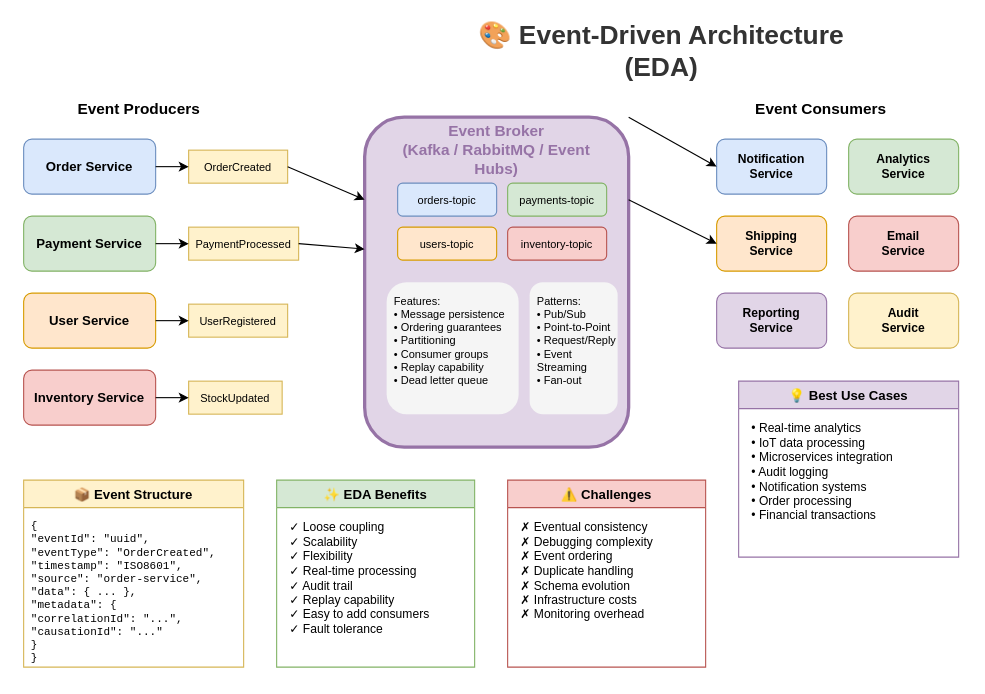
MrParkerZ7/document-lesson-software-architect-x-claude keeps this draw.io diagram as lesson-01-software-design-architecture/02-architecture-styles/2.5-event-driven-architecture.drawio. Above is the earlier version. Source tidied: cells renumbered, new cells numbered last; positions are measured from the earlier drawing's top-left corner, leaving out a move shared by most shapes. Both pictures are drawn from the tidied source at 110%, with x=0, y=0 at pixel (23, 29).
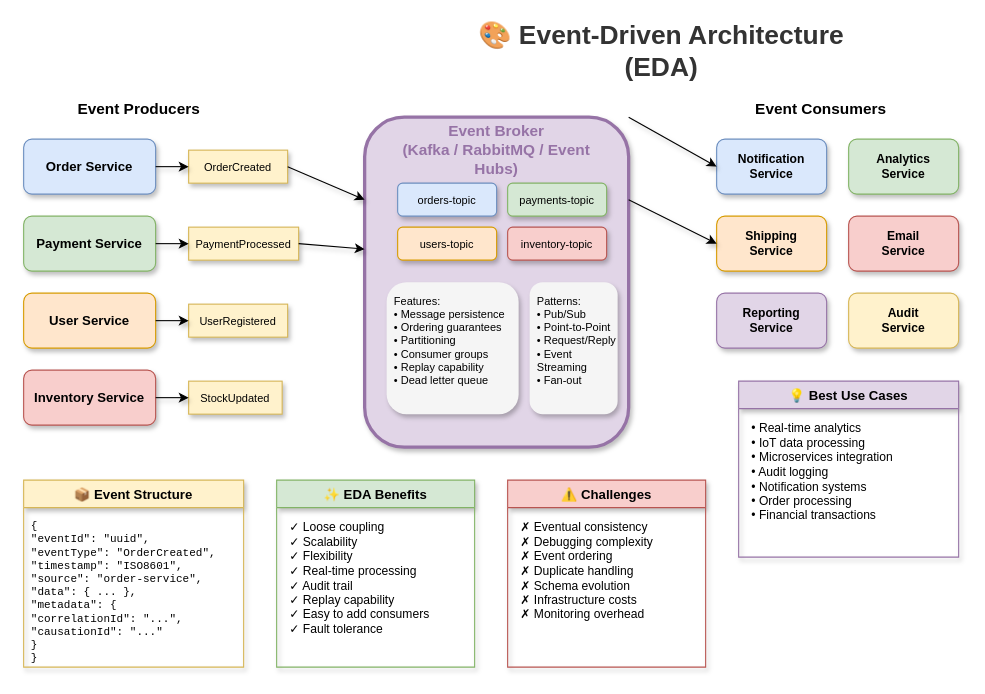
The same diagram, later.

Diff of the diagram source:
```diff
@@
-    <mxCell id="4" value="Order Service" style="rounded=1;whiteSpace=wrap;html=1;fillColor=#dae8fc;strokeColor=#6c8ebf;fontSize=12;fontStyle=1;" parent="1" vertex="1">
+    <mxCell id="4" value="Order Service" style="rounded=1;whiteSpace=wrap;html=1;fillColor=#dae8fc;strokeColor=#6c8ebf;fontSize=12;fontStyle=1;shadow=1;" parent="1" vertex="1">
       <mxGeometry y="100" width="120" height="50" as="geometry" />
     </mxCell>
-    <mxCell id="5" value="Payment Service" style="rounded=1;whiteSpace=wrap;html=1;fillColor=#d5e8d4;strokeColor=#82b366;fontSize=12;fontStyle=1;" parent="1" vertex="1">
+    <mxCell id="5" value="Payment Service" style="rounded=1;whiteSpace=wrap;html=1;fillColor=#d5e8d4;strokeColor=#82b366;fontSize=12;fontStyle=1;shadow=1;" parent="1" vertex="1">
       <mxGeometry y="170" width="120" height="50" as="geometry" />
     </mxCell>
-    <mxCell id="6" value="User Service" style="rounded=1;whiteSpace=wrap;html=1;fillColor=#ffe6cc;strokeColor=#d79b00;fontSize=12;fontStyle=1;" parent="1" vertex="1">
+    <mxCell id="6" value="User Service" style="rounded=1;whiteSpace=wrap;html=1;fillColor=#ffe6cc;strokeColor=#d79b00;fontSize=12;fontStyle=1;shadow=1;" parent="1" vertex="1">
       <mxGeometry y="240" width="120" height="50" as="geometry" />
     </mxCell>
-    <mxCell id="7" value="Inventory Service" style="rounded=1;whiteSpace=wrap;html=1;fillColor=#f8cecc;strokeColor=#b85450;fontSize=12;fontStyle=1;" parent="1" vertex="1">
+    <mxCell id="7" value="Inventory Service" style="rounded=1;whiteSpace=wrap;html=1;fillColor=#f8cecc;strokeColor=#b85450;fontSize=12;fontStyle=1;shadow=1;" parent="1" vertex="1">
       <mxGeometry y="310" width="120" height="50" as="geometry" />
     </mxCell>
-    <mxCell id="8" value="OrderCreated" style="rounded=0;whiteSpace=wrap;html=1;fillColor=#fff2cc;strokeColor=#d6b656;fontSize=10;" parent="1" vertex="1">
+    <mxCell id="8" value="OrderCreated" style="rounded=0;whiteSpace=wrap;html=1;fillColor=#fff2cc;strokeColor=#d6b656;fontSize=10;shadow=1;" parent="1" vertex="1">
       <mxGeometry x="150" y="110" width="90" height="30" as="geometry" />
     </mxCell>
-    <mxCell id="9" value="PaymentProcessed" style="rounded=0;whiteSpace=wrap;html=1;fillColor=#fff2cc;strokeColor=#d6b656;fontSize=10;" parent="1" vertex="1">
+    <mxCell id="9" value="PaymentProcessed" style="rounded=0;whiteSpace=wrap;html=1;fillColor=#fff2cc;strokeColor=#d6b656;fontSize=10;shadow=1;" parent="1" vertex="1">
       <mxGeometry x="150" y="180" width="100" height="30" as="geometry" />
     </mxCell>
-    <mxCell id="10" value="UserRegistered" style="rounded=0;whiteSpace=wrap;html=1;fillColor=#fff2cc;strokeColor=#d6b656;fontSize=10;" parent="1" vertex="1">
+    <mxCell id="10" value="UserRegistered" style="rounded=0;whiteSpace=wrap;html=1;fillColor=#fff2cc;strokeColor=#d6b656;fontSize=10;shadow=1;" parent="1" vertex="1">
       <mxGeometry x="150" y="250" width="90" height="30" as="geometry" />
     </mxCell>
-    <mxCell id="11" value="StockUpdated" style="rounded=0;whiteSpace=wrap;html=1;fillColor=#fff2cc;strokeColor=#d6b656;fontSize=10;" parent="1" vertex="1">
+    <mxCell id="11" value="StockUpdated" style="rounded=0;whiteSpace=wrap;html=1;fillColor=#fff2cc;strokeColor=#d6b656;fontSize=10;shadow=1;" parent="1" vertex="1">
       <mxGeometry x="150" y="320" width="85" height="30" as="geometry" />
     </mxCell>
-    <mxCell id="12" style="rounded=1;whiteSpace=wrap;html=1;fillColor=#e1d5e7;strokeColor=#9673a6;strokeWidth=3;" parent="1" vertex="1">
+    <mxCell id="12" style="rounded=1;whiteSpace=wrap;html=1;fillColor=#e1d5e7;strokeColor=#9673a6;strokeWidth=3;shadow=1;" parent="1" vertex="1">
       <mxGeometry x="310" y="80" width="240" height="300" as="geometry" />
     </mxCell>
@@
-    <mxCell id="14" value="orders-topic" style="rounded=1;whiteSpace=wrap;html=1;fillColor=#dae8fc;strokeColor=#6c8ebf;fontSize=10;" parent="1" vertex="1">
+    <mxCell id="14" value="orders-topic" style="rounded=1;whiteSpace=wrap;html=1;fillColor=#dae8fc;strokeColor=#6c8ebf;fontSize=10;shadow=1;" parent="1" vertex="1">
       <mxGeometry x="340" y="140" width="90" height="30" as="geometry" />
     </mxCell>
-    <mxCell id="15" value="payments-topic" style="rounded=1;whiteSpace=wrap;html=1;fillColor=#d5e8d4;strokeColor=#82b366;fontSize=10;" parent="1" vertex="1">
+    <mxCell id="15" value="payments-topic" style="rounded=1;whiteSpace=wrap;html=1;fillColor=#d5e8d4;strokeColor=#82b366;fontSize=10;shadow=1;" parent="1" vertex="1">
       <mxGeometry x="440" y="140" width="90" height="30" as="geometry" />
     </mxCell>
-    <mxCell id="16" value="users-topic" style="rounded=1;whiteSpace=wrap;html=1;fillColor=#ffe6cc;strokeColor=#d79b00;fontSize=10;" parent="1" vertex="1">
+    <mxCell id="16" value="users-topic" style="rounded=1;whiteSpace=wrap;html=1;fillColor=#ffe6cc;strokeColor=#d79b00;fontSize=10;shadow=1;" parent="1" vertex="1">
       <mxGeometry x="340" y="180" width="90" height="30" as="geometry" />
     </mxCell>
-    <mxCell id="17" value="inventory-topic" style="rounded=1;whiteSpace=wrap;html=1;fillColor=#f8cecc;strokeColor=#b85450;fontSize=10;" parent="1" vertex="1">
+    <mxCell id="17" value="inventory-topic" style="rounded=1;whiteSpace=wrap;html=1;fillColor=#f8cecc;strokeColor=#b85450;fontSize=10;shadow=1;" parent="1" vertex="1">
       <mxGeometry x="440" y="180" width="90" height="30" as="geometry" />
     </mxCell>
-    <mxCell id="18" value="Features:&#10;• Message persistence&#10;• Ordering guarantees&#10;• Partitioning&#10;• Consumer groups&#10;• Replay capability&#10;• Dead letter queue" style="text;html=1;strokeColor=none;fillColor=#f5f5f5;align=left;verticalAlign=top;whiteSpace=wrap;rounded=1;fontSize=10;spacingLeft=5;spacingTop=5;" parent="1" vertex="1">
+    <mxCell id="18" value="Features:&#10;• Message persistence&#10;• Ordering guarantees&#10;• Partitioning&#10;• Consumer groups&#10;• Replay capability&#10;• Dead letter queue" style="text;html=1;strokeColor=none;fillColor=#f5f5f5;align=left;verticalAlign=top;whiteSpace=wrap;rounded=1;fontSize=10;spacingLeft=5;spacingTop=5;shadow=1;" parent="1" vertex="1">
       <mxGeometry x="330" y="230" width="120" height="120" as="geometry" />
     </mxCell>
-    <mxCell id="19" value="Patterns:&#10;• Pub/Sub&#10;• Point-to-Point&#10;• Request/Reply&#10;• Event Streaming&#10;• Fan-out" style="text;html=1;strokeColor=none;fillColor=#f5f5f5;align=left;verticalAlign=top;whiteSpace=wrap;rounded=1;fontSize=10;spacingLeft=5;spacingTop=5;" parent="1" vertex="1">
+    <mxCell id="19" value="Patterns:&#10;• Pub/Sub&#10;• Point-to-Point&#10;• Request/Reply&#10;• Event Streaming&#10;• Fan-out" style="text;html=1;strokeColor=none;fillColor=#f5f5f5;align=left;verticalAlign=top;whiteSpace=wrap;rounded=1;fontSize=10;spacingLeft=5;spacingTop=5;shadow=1;" parent="1" vertex="1">
       <mxGeometry x="460" y="230" width="80" height="120" as="geometry" />
     </mxCell>
@@
-    <mxCell id="21" value="Notification&#10;Service" style="rounded=1;whiteSpace=wrap;html=1;fillColor=#dae8fc;strokeColor=#6c8ebf;fontSize=11;fontStyle=1;" parent="1" vertex="1">
+    <mxCell id="21" value="Notification&#10;Service" style="rounded=1;whiteSpace=wrap;html=1;fillColor=#dae8fc;strokeColor=#6c8ebf;fontSize=11;fontStyle=1;shadow=1;" parent="1" vertex="1">
       <mxGeometry x="630" y="100" width="100" height="50" as="geometry" />
     </mxCell>
-    <mxCell id="22" value="Analytics&#10;Service" style="rounded=1;whiteSpace=wrap;html=1;fillColor=#d5e8d4;strokeColor=#82b366;fontSize=11;fontStyle=1;" parent="1" vertex="1">
+    <mxCell id="22" value="Analytics&#10;Service" style="rounded=1;whiteSpace=wrap;html=1;fillColor=#d5e8d4;strokeColor=#82b366;fontSize=11;fontStyle=1;shadow=1;" parent="1" vertex="1">
       <mxGeometry x="750" y="100" width="100" height="50" as="geometry" />
     </mxCell>
-    <mxCell id="23" value="Shipping&#10;Service" style="rounded=1;whiteSpace=wrap;html=1;fillColor=#ffe6cc;strokeColor=#d79b00;fontSize=11;fontStyle=1;" parent="1" vertex="1">
+    <mxCell id="23" value="Shipping&#10;Service" style="rounded=1;whiteSpace=wrap;html=1;fillColor=#ffe6cc;strokeColor=#d79b00;fontSize=11;fontStyle=1;shadow=1;" parent="1" vertex="1">
       <mxGeometry x="630" y="170" width="100" height="50" as="geometry" />
     </mxCell>
-    <mxCell id="24" value="Email&#10;Service" style="rounded=1;whiteSpace=wrap;html=1;fillColor=#f8cecc;strokeColor=#b85450;fontSize=11;fontStyle=1;" parent="1" vertex="1">
+    <mxCell id="24" value="Email&#10;Service" style="rounded=1;whiteSpace=wrap;html=1;fillColor=#f8cecc;strokeColor=#b85450;fontSize=11;fontStyle=1;shadow=1;" parent="1" vertex="1">
       <mxGeometry x="750" y="170" width="100" height="50" as="geometry" />
     </mxCell>
-    <mxCell id="25" value="Reporting&#10;Service" style="rounded=1;whiteSpace=wrap;html=1;fillColor=#e1d5e7;strokeColor=#9673a6;fontSize=11;fontStyle=1;" parent="1" vertex="1">
+    <mxCell id="25" value="Reporting&#10;Service" style="rounded=1;whiteSpace=wrap;html=1;fillColor=#e1d5e7;strokeColor=#9673a6;fontSize=11;fontStyle=1;shadow=1;" parent="1" vertex="1">
       <mxGeometry x="630" y="240" width="100" height="50" as="geometry" />
     </mxCell>
-    <mxCell id="26" value="Audit&#10;Service" style="rounded=1;whiteSpace=wrap;html=1;fillColor=#fff2cc;strokeColor=#d6b656;fontSize=11;fontStyle=1;" parent="1" vertex="1">
+    <mxCell id="26" value="Audit&#10;Service" style="rounded=1;whiteSpace=wrap;html=1;fillColor=#fff2cc;strokeColor=#d6b656;fontSize=11;fontStyle=1;shadow=1;" parent="1" vertex="1">
       <mxGeometry x="750" y="240" width="100" height="50" as="geometry" />
     </mxCell>
-    <mxCell id="27" style="endArrow=classic;html=1;exitX=1;exitY=0.5;exitDx=0;exitDy=0;entryX=0;entryY=0.5;entryDx=0;entryDy=0;" parent="1" edge="1" source="4" target="8">
+    <mxCell id="27" style="endArrow=classic;html=1;exitX=1;exitY=0.5;exitDx=0;exitDy=0;entryX=0;entryY=0.5;entryDx=0;entryDy=0;shadow=1;curved=1;flowAnimation=1;jumpStyle=arc;" parent="1" edge="1" source="4" target="8">
       <mxGeometry relative="1" as="geometry" />
     </mxCell>
-    <mxCell id="28" style="endArrow=classic;html=1;exitX=1;exitY=0.5;exitDx=0;exitDy=0;entryX=0;entryY=0.5;entryDx=0;entryDy=0;" parent="1" edge="1" source="5" target="9">
+    <mxCell id="28" style="endArrow=classic;html=1;exitX=1;exitY=0.5;exitDx=0;exitDy=0;entryX=0;entryY=0.5;entryDx=0;entryDy=0;shadow=1;curved=1;flowAnimation=1;jumpStyle=arc;" parent="1" edge="1" source="5" target="9">
       <mxGeometry relative="1" as="geometry" />
     </mxCell>
-    <mxCell id="29" style="endArrow=classic;html=1;exitX=1;exitY=0.5;exitDx=0;exitDy=0;entryX=0;entryY=0.5;entryDx=0;entryDy=0;" parent="1" edge="1" source="6" target="10">
+    <mxCell id="29" style="endArrow=classic;html=1;exitX=1;exitY=0.5;exitDx=0;exitDy=0;entryX=0;entryY=0.5;entryDx=0;entryDy=0;shadow=1;curved=1;flowAnimation=1;jumpStyle=arc;" parent="1" edge="1" source="6" target="10">
       <mxGeometry relative="1" as="geometry" />
     </mxCell>
-    <mxCell id="30" style="endArrow=classic;html=1;exitX=1;exitY=0.5;exitDx=0;exitDy=0;entryX=0;entryY=0.5;entryDx=0;entryDy=0;" parent="1" edge="1" source="7" target="11">
+    <mxCell id="30" style="endArrow=classic;html=1;exitX=1;exitY=0.5;exitDx=0;exitDy=0;entryX=0;entryY=0.5;entryDx=0;entryDy=0;shadow=1;curved=1;flowAnimation=1;jumpStyle=arc;" parent="1" edge="1" source="7" target="11">
       <mxGeometry relative="1" as="geometry" />
     </mxCell>
-    <mxCell id="31" style="endArrow=classic;html=1;exitX=1;exitY=0.5;exitDx=0;exitDy=0;entryX=0;entryY=0.25;entryDx=0;entryDy=0;" parent="1" edge="1" source="8" target="12">
+    <mxCell id="31" style="endArrow=classic;html=1;exitX=1;exitY=0.5;exitDx=0;exitDy=0;entryX=0;entryY=0.25;entryDx=0;entryDy=0;shadow=1;curved=1;flowAnimation=1;jumpStyle=arc;" parent="1" edge="1" source="8" target="12">
       <mxGeometry relative="1" as="geometry" />
     </mxCell>
-    <mxCell id="32" style="endArrow=classic;html=1;exitX=1;exitY=0.5;exitDx=0;exitDy=0;entryX=0;entryY=0.4;entryDx=0;entryDy=0;" parent="1" edge="1" source="9" target="12">
+    <mxCell id="32" style="endArrow=classic;html=1;exitX=1;exitY=0.5;exitDx=0;exitDy=0;entryX=0;entryY=0.4;entryDx=0;entryDy=0;shadow=1;curved=1;flowAnimation=1;jumpStyle=arc;" parent="1" edge="1" source="9" target="12">
       <mxGeometry relative="1" as="geometry" />
     </mxCell>
-    <mxCell id="33" style="endArrow=classic;html=1;exitX=1;exitY=0;exitDx=0;exitDy=0;entryX=0;entryY=0.5;entryDx=0;entryDy=0;" parent="1" edge="1" source="12" target="21">
+    <mxCell id="33" style="endArrow=classic;html=1;exitX=1;exitY=0;exitDx=0;exitDy=0;entryX=0;entryY=0.5;entryDx=0;entryDy=0;shadow=1;curved=1;flowAnimation=1;jumpStyle=arc;" parent="1" edge="1" source="12" target="21">
       <mxGeometry relative="1" as="geometry" />
     </mxCell>
-    <mxCell id="34" style="endArrow=classic;html=1;exitX=1;exitY=0.25;exitDx=0;exitDy=0;entryX=0;entryY=0.5;entryDx=0;entryDy=0;" parent="1" edge="1" source="12" target="23">
+    <mxCell id="34" style="endArrow=classic;html=1;exitX=1;exitY=0.25;exitDx=0;exitDy=0;entryX=0;entryY=0.5;entryDx=0;entryDy=0;shadow=1;curved=1;flowAnimation=1;jumpStyle=arc;" parent="1" edge="1" source="12" target="23">
       <mxGeometry relative="1" as="geometry" />
     </mxCell>
-    <mxCell id="35" value="📦 Event Structure" style="swimlane;fontStyle=1;align=center;verticalAlign=top;horizontal=1;startSize=25;fillColor=#fff2cc;strokeColor=#d6b656;" parent="1" vertex="1">
+    <mxCell id="35" value="📦 Event Structure" style="swimlane;fontStyle=1;align=center;verticalAlign=top;horizontal=1;startSize=25;fillColor=#fff2cc;strokeColor=#d6b656;shadow=1;rounded=0;" parent="1" vertex="1">
       <mxGeometry y="410" width="200" height="170" as="geometry" />
     </mxCell>
@@
-    <mxCell id="37" value="✨ EDA Benefits" style="swimlane;fontStyle=1;align=center;verticalAlign=top;horizontal=1;startSize=25;fillColor=#d5e8d4;strokeColor=#82b366;" parent="1" vertex="1">
+    <mxCell id="37" value="✨ EDA Benefits" style="swimlane;fontStyle=1;align=center;verticalAlign=top;horizontal=1;startSize=25;fillColor=#d5e8d4;strokeColor=#82b366;shadow=1;rounded=0;" parent="1" vertex="1">
       <mxGeometry x="230" y="410" width="180" height="170" as="geometry" />
     </mxCell>
@@
-    <mxCell id="39" value="⚠️ Challenges" style="swimlane;fontStyle=1;align=center;verticalAlign=top;horizontal=1;startSize=25;fillColor=#f8cecc;strokeColor=#b85450;" parent="1" vertex="1">
+    <mxCell id="39" value="⚠️ Challenges" style="swimlane;fontStyle=1;align=center;verticalAlign=top;horizontal=1;startSize=25;fillColor=#f8cecc;strokeColor=#b85450;shadow=1;rounded=0;" parent="1" vertex="1">
       <mxGeometry x="440" y="410" width="180" height="170" as="geometry" />
     </mxCell>
@@
-    <mxCell id="41" value="💡 Best Use Cases" style="swimlane;fontStyle=1;align=center;verticalAlign=top;horizontal=1;startSize=25;fillColor=#e1d5e7;strokeColor=#9673a6;" parent="1" vertex="1">
+    <mxCell id="41" value="💡 Best Use Cases" style="swimlane;fontStyle=1;align=center;verticalAlign=top;horizontal=1;startSize=25;fillColor=#e1d5e7;strokeColor=#9673a6;shadow=1;rounded=0;" parent="1" vertex="1">
       <mxGeometry x="650" y="320" width="200" height="160" as="geometry" />
     </mxCell>
```
